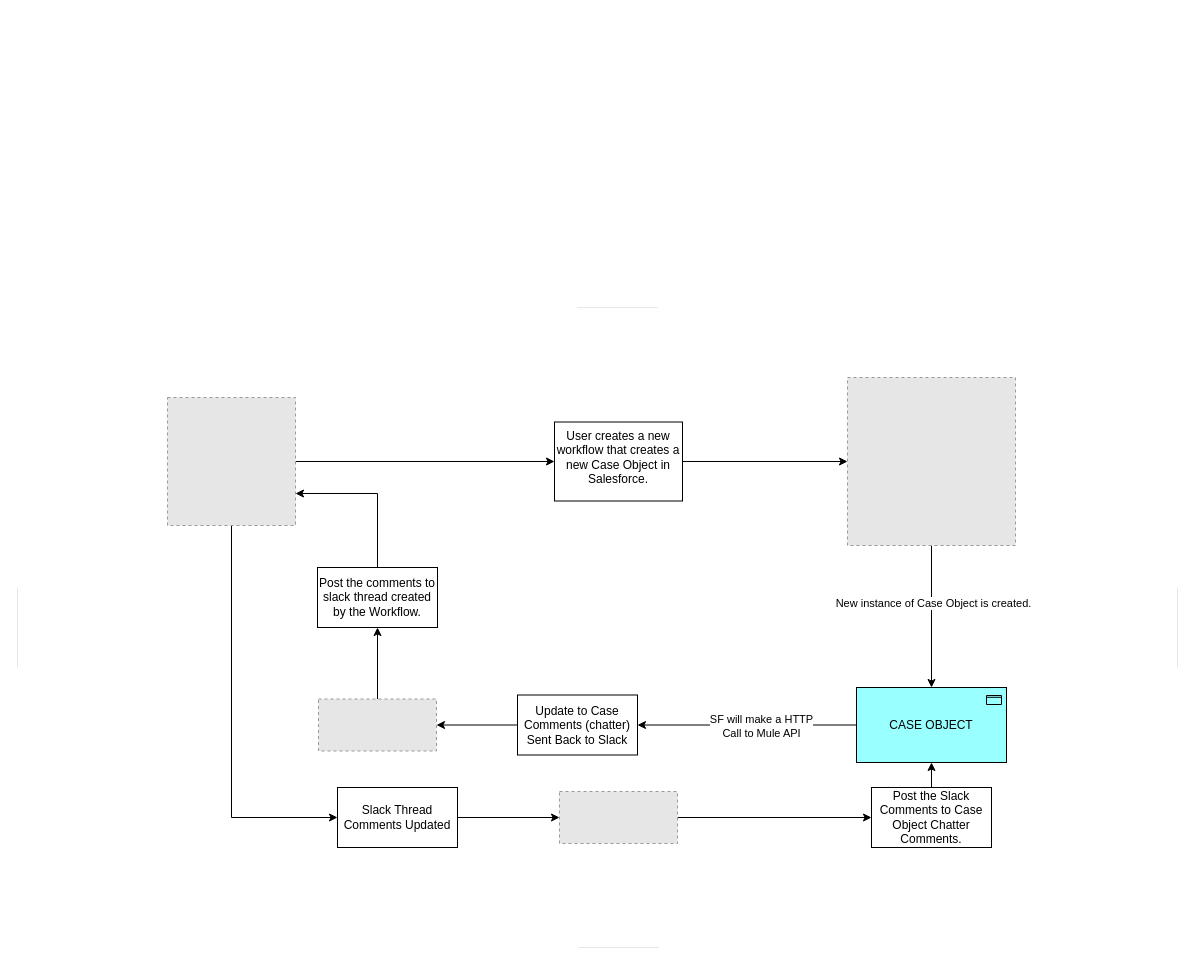
The draw.io diagram Untitled Diagram.drawio in sumanchatterjee3/draw-io, before the edit. Source tidied: cells renumbered, new cells numbered last; positions are measured from the earlier drawing's top-left corner, leaving out a move shared by most shapes. Both pictures are drawn from the tidied source at 100%, with x=0, y=0 at pixel (17, 307). Pictures stored in the file or linked from it are replaced by grey dashed boxes.
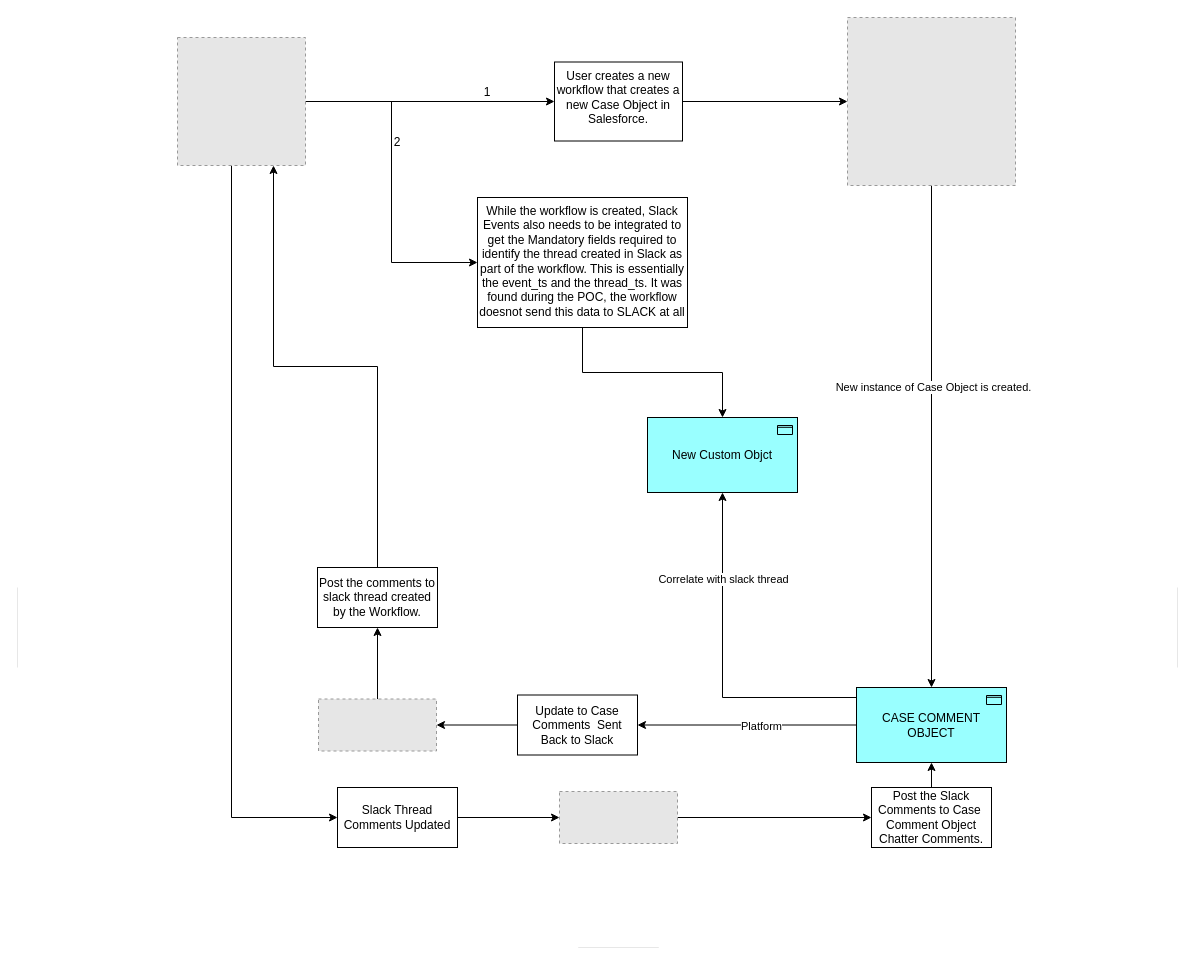
Above is the later version.

The change refers to these unchanged cells:
```xml
<mxCell id="14" style="edgeStyle=orthogonalEdgeStyle;rounded=0;jettySize=auto;html=1;entryX=1;entryY=0.5;entryDx=0;entryDy=0;" parent="1" edge="1" source="16" target="13">
  <mxGeometry relative="1" as="geometry" />
</mxCell>
<mxCell id="18" value="Post the comments to slack thread created by the Workflow." style="rounded=0;whiteSpace=wrap;html=1;" parent="1" vertex="1">
  <mxGeometry x="300" y="260" width="120" height="60" as="geometry" />
</mxCell>
```

Change to the diagram source:
```diff
@@
+    <mxCell id="29" style="edgeStyle=orthogonalEdgeStyle;rounded=0;jettySize=auto;html=1;entryX=0;entryY=0.5;entryDx=0;entryDy=0;" parent="1" edge="1" source="4" target="30">
+      <mxGeometry relative="1" as="geometry" />
+    </mxCell>
     <mxCell id="4" style="fillColor=#E6E6E6;strokeColor=#999999;dashed=1;html=1;verticalAlign=top;verticalLabelPosition=bottom;labelBackgroundColor=#ffffff;" parent="1" vertex="1">
-      <mxGeometry x="150" y="90" width="128" height="128" as="geometry" />
+      <mxGeometry x="160" y="-270" width="128" height="128" as="geometry" />
     </mxCell>
@@
     <mxCell id="7" style="fillColor=#E6E6E6;strokeColor=#999999;dashed=1;verticalLabelPosition=bottom;verticalAlign=top;" parent="1" vertex="1">
-      <mxGeometry x="830" y="70" width="168" height="168" as="geometry" />
+      <mxGeometry x="830" y="-290" width="168" height="168" as="geometry" />
     </mxCell>
@@
     <mxCell id="9" value="User creates a new workflow that creates a new Case Object in Salesforce." style="whiteSpace=wrap;html=1;verticalAlign=top;labelBackgroundColor=#ffffff;" parent="1" vertex="1">
-      <mxGeometry x="537" y="114.5" width="128" height="79" as="geometry" />
+      <mxGeometry x="537" y="-245.5" width="128" height="79" as="geometry" />
     </mxCell>
@@
-    <mxCell id="13" value="Update to Case Comments (chatter) Sent Back to Slack" style="rounded=0;whiteSpace=wrap;html=1;" parent="1" vertex="1">
+    <mxCell id="13" value="Update to Case Comments&amp;nbsp; Sent Back to Slack" style="rounded=0;whiteSpace=wrap;html=1;" parent="1" vertex="1">
       <mxGeometry x="500" y="387.5" width="120" height="60" as="geometry" />
     </mxCell>
@@
-    <mxCell id="15" value="SF will make a HTTP &lt;br&gt;Call to Mule API" style="edgeLabel;html=1;align=center;verticalAlign=middle;" parent="14" vertex="1">
+    <mxCell id="15" value="Platform" style="edgeLabel;html=1;align=center;verticalAlign=middle;" parent="14" vertex="1">
       <mxGeometry x="-0.12" y="1" relative="1" as="geometry" />
     </mxCell>
-    <mxCell id="16" value="CASE OBJECT" style="html=1;outlineConnect=0;whiteSpace=wrap;fillColor=#99ffff;shape=mxgraph.archimate3.application;appType=passive;archiType=square;" parent="1" vertex="1">
+    <mxCell id="16" value="CASE COMMENT&lt;br&gt;OBJECT" style="html=1;outlineConnect=0;whiteSpace=wrap;fillColor=#99ffff;shape=mxgraph.archimate3.application;appType=passive;archiType=square;" parent="1" vertex="1">
       <mxGeometry x="839" y="380" width="150" height="75" as="geometry" />
     </mxCell>
-    <mxCell id="17" style="edgeStyle=orthogonalEdgeStyle;rounded=0;jettySize=auto;html=1;entryX=1;entryY=0.75;entryDx=0;entryDy=0;exitX=0.5;exitY=0;exitDx=0;exitDy=0;" parent="1" edge="1" source="18" target="4">
+    <mxCell id="17" style="edgeStyle=orthogonalEdgeStyle;rounded=0;jettySize=auto;html=1;entryX=0.75;entryY=1;entryDx=0;entryDy=0;exitX=0.5;exitY=0;exitDx=0;exitDy=0;" parent="1" edge="1" source="18" target="4">
       <mxGeometry relative="1" as="geometry" />
     </mxCell>
@@
-    <mxCell id="21" value="Post the Slack Comments to Case Object Chatter Comments." style="rounded=0;whiteSpace=wrap;html=1;" parent="1" vertex="1">
+    <mxCell id="21" value="Post the Slack Comments to Case&amp;nbsp; Comment Object Chatter Comments." style="rounded=0;whiteSpace=wrap;html=1;" parent="1" vertex="1">
       <mxGeometry x="854" y="480" width="120" height="60" as="geometry" />
     </mxCell>
@@
+    <mxCell id="30" value="While the workflow is created, Slack Events also needs to be integrated to get the Mandatory fields required to identify the thread created in Slack as part of the workflow. This is essentially the event_ts and the thread_ts. It was found during the POC, the workflow doesnot send this data to SLACK at all" style="whiteSpace=wrap;html=1;verticalAlign=top;labelBackgroundColor=#ffffff;" parent="1" vertex="1">
+      <mxGeometry x="460" y="-110" width="210" height="130" as="geometry" />
+    </mxCell>
+    <mxCell id="31" value="New Custom Objct" style="html=1;outlineConnect=0;whiteSpace=wrap;fillColor=#99ffff;shape=mxgraph.archimate3.application;appType=passive;archiType=square;" parent="1" vertex="1">
+      <mxGeometry x="630" y="110" width="150" height="75" as="geometry" />
+    </mxCell>
+    <mxCell id="32" style="edgeStyle=orthogonalEdgeStyle;rounded=0;jettySize=auto;html=1;entryX=0.5;entryY=0;entryDx=0;entryDy=0;entryPerimeter=0;" parent="1" edge="1" source="30" target="31">
+      <mxGeometry relative="1" as="geometry" />
+    </mxCell>
+    <mxCell id="33" style="edgeStyle=orthogonalEdgeStyle;rounded=0;jettySize=auto;html=1;entryX=0.5;entryY=1;entryDx=0;entryDy=0;entryPerimeter=0;" parent="1" edge="1" source="16" target="31">
+      <mxGeometry relative="1" as="geometry">
+        <Array as="points">
+          <mxPoint x="705" y="390" />
+        </Array>
+      </mxGeometry>
+    </mxCell>
+    <mxCell id="34" value="Correlate with slack thread" style="edgeLabel;html=1;align=center;verticalAlign=middle;" parent="33" vertex="1">
+      <mxGeometry x="0.49" relative="1" as="geometry" />
+    </mxCell>
+    <mxCell id="35" value="2" style="text;html=1;strokeColor=none;fillColor=none;align=center;verticalAlign=middle;whiteSpace=wrap;rounded=0;" parent="1" vertex="1">
+      <mxGeometry x="350" y="-180" width="60" height="30" as="geometry" />
+    </mxCell>
+    <mxCell id="36" value="1&lt;br&gt;" style="text;html=1;strokeColor=none;fillColor=none;align=center;verticalAlign=middle;whiteSpace=wrap;rounded=0;" parent="1" vertex="1">
+      <mxGeometry x="440" y="-230" width="60" height="30" as="geometry" />
+    </mxCell>
```
